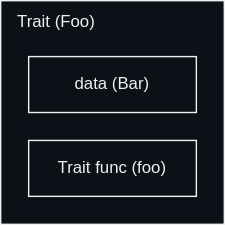
Earlier version of the draw.io export docs/rust/trai_bound_and_dispatching/images/trait_bound.drawio.svg (htgithub194/self-study). Source tidied: cells renumbered, new cells last; positions are measured from the earlier drawing's top-left corner, leaving out a move shared by most shapes.
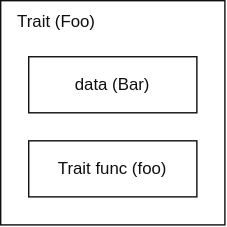
After the commit.

Diff of the diagram source:
```diff
@@ -1,17 +1,17 @@
-<mxGraphModel background="#0D1117">
+<mxGraphModel>
   <root>
     <mxCell id="0" />
     <mxCell id="1" parent="0" />
-    <mxCell id="2" style="rounded=0;whiteSpace=wrap;html=1;fillColor=none;strokeColor=#F0F0F0;" parent="1" vertex="1">
+    <mxCell id="2" style="rounded=0;whiteSpace=wrap;html=1;fillColor=none;strokeColor=light-dark(#0F0F0F,#F0F0F0);fontColor=light-dark(#0F0F0F,#F0F0F0);" parent="1" vertex="1">
       <mxGeometry width="160" height="160" as="geometry" />
     </mxCell>
-    <mxCell id="3" value="data (Bar)" style="rounded=0;whiteSpace=wrap;html=1;fillColor=none;strokeColor=#F0F0F0;fontColor=#F0F0F0;" parent="1" vertex="1">
+    <mxCell id="3" value="data (Bar)" style="rounded=0;whiteSpace=wrap;html=1;fillColor=none;strokeColor=light-dark(#0F0F0F,#F0F0F0);fontColor=light-dark(#0F0F0F,#F0F0F0);" parent="1" vertex="1">
       <mxGeometry x="20" y="40" width="120" height="40" as="geometry" />
     </mxCell>
-    <mxCell id="4" value="Trait (Foo)" style="text;html=1;strokeColor=none;fillColor=none;align=center;verticalAlign=middle;whiteSpace=wrap;rounded=0;fontColor=#F0F0F0;" parent="1" vertex="1">
+    <mxCell id="4" value="Trait (Foo)" style="text;html=1;strokeColor=none;fillColor=none;align=center;verticalAlign=middle;whiteSpace=wrap;rounded=0;fontColor=light-dark(#0F0F0F,#F0F0F0);" parent="1" vertex="1">
       <mxGeometry width="80" height="30" as="geometry" />
     </mxCell>
-    <mxCell id="5" value="Trait func (foo)" style="rounded=0;whiteSpace=wrap;html=1;fillColor=none;strokeColor=#F0F0F0;fontColor=#F0F0F0;" parent="1" vertex="1">
+    <mxCell id="5" value="Trait func (foo)" style="rounded=0;whiteSpace=wrap;html=1;fillColor=none;strokeColor=light-dark(#0F0F0F,#F0F0F0);fontColor=light-dark(#0F0F0F,#F0F0F0);" parent="1" vertex="1">
       <mxGeometry x="20" y="100" width="120" height="40" as="geometry" />
     </mxCell>
   </root>
```
